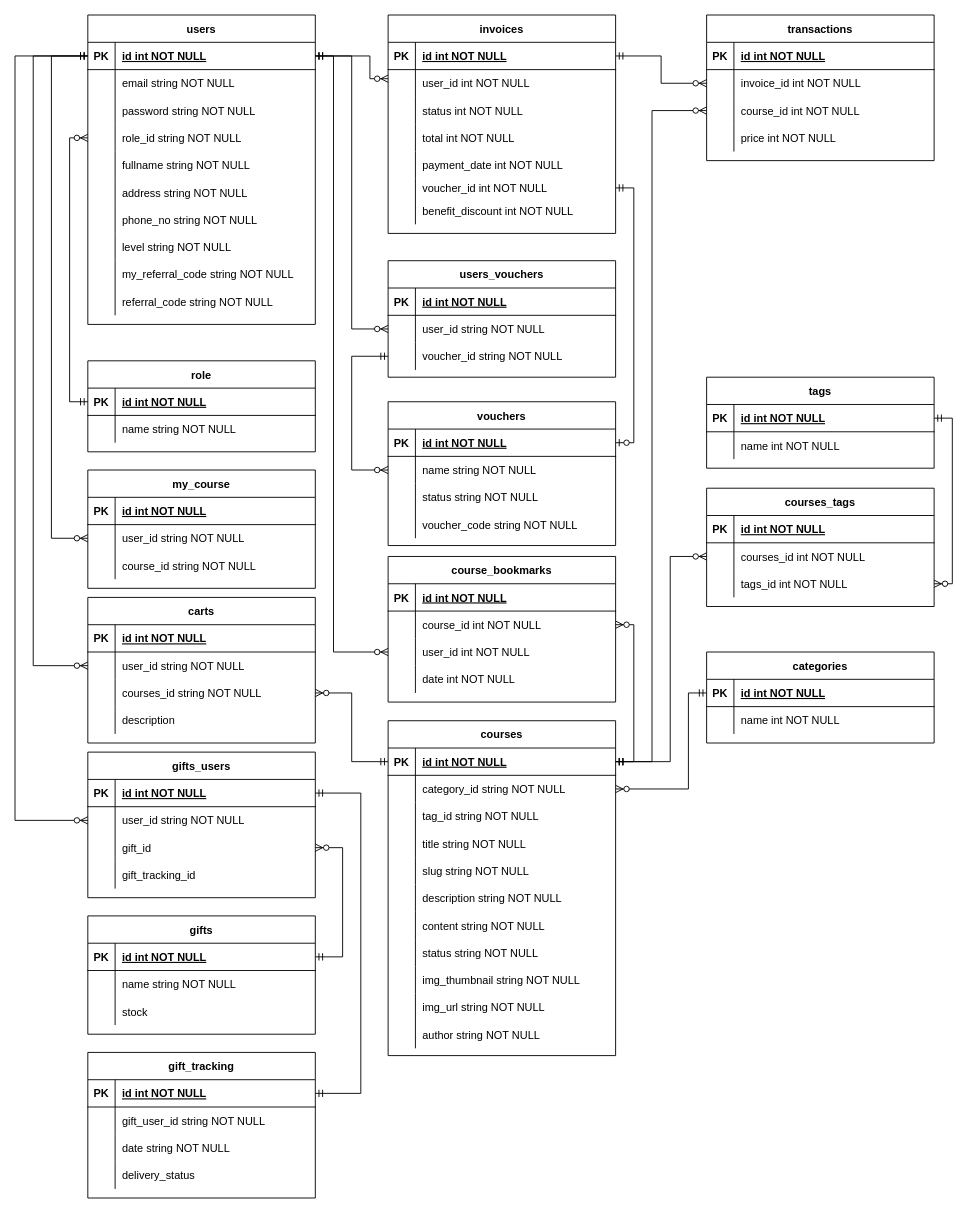
Earlier version of the draw.io diagram page "ERD" (1 of 2) of online-learning.drawio (azmiadhani/diagramsnet). Source tidied: cells renumbered, new cells numbered last; positions are measured from the earlier drawing's top-left corner, leaving out a move shared by most shapes. Both pictures are drawn from the tidied source at 91%, with x=0, y=0 at pixel (-258, 15).
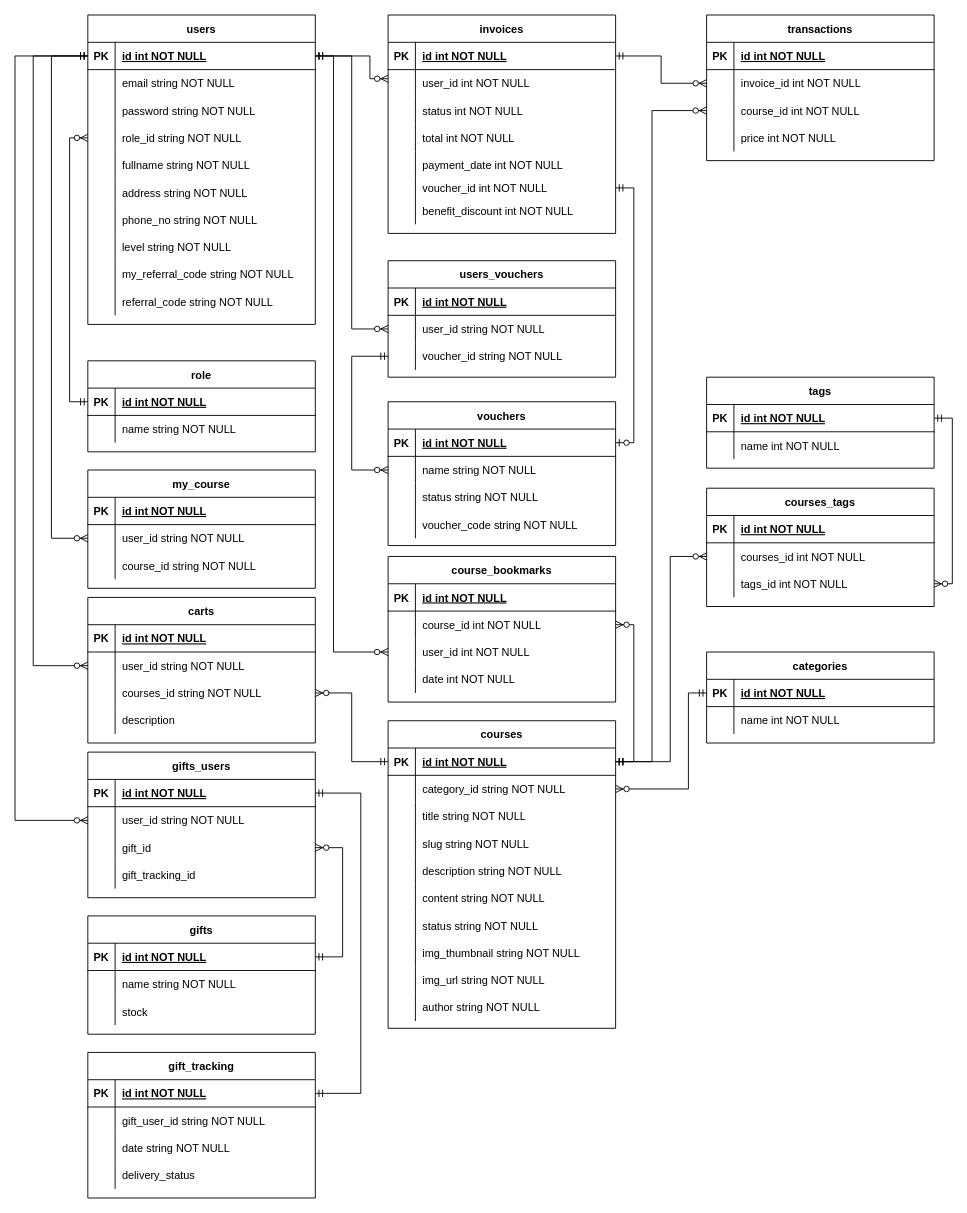
Above is the later version.

Diff of the diagram source:
```diff
@@
     <mxCell id="33" value="courses" style="shape=table;startSize=30;childLayout=tableLayout;rowLines=0;fontStyle=1;align=center;" parent="1" vertex="1">
-      <mxGeometry x="710" y="775.5" width="250" height="368" as="geometry" />
+      <mxGeometry x="710" y="775.5" width="250" height="338" as="geometry" />
     </mxCell>
@@
-    <mxCell id="40" style="shape=partialRectangle;fillColor=none;top=0;left=0;right=0;bottom=0;" parent="33" vertex="1">
-      <mxGeometry y="90" width="250" height="30" as="geometry" />
-    </mxCell>
-    <mxCell id="41" style="shape=partialRectangle;overflow=hidden;fillColor=none;top=0;left=0;bottom=0;right=0;" parent="40" vertex="1">
-      <mxGeometry width="30" height="30" as="geometry" />
-    </mxCell>
-    <mxCell id="42" value="tag_id string NOT NULL" style="shape=partialRectangle;overflow=hidden;fillColor=none;top=0;left=0;bottom=0;right=0;align=left;spacingLeft=6;" parent="40" vertex="1">
-      <mxGeometry x="30" width="220" height="30" as="geometry" />
-    </mxCell>
     <mxCell id="43" style="shape=partialRectangle;fillColor=none;top=0;left=0;right=0;bottom=0;" parent="33" vertex="1">
-      <mxGeometry y="120" width="250" height="30" as="geometry" />
+      <mxGeometry y="90" width="250" height="30" as="geometry" />
     </mxCell>
@@
     <mxCell id="46" style="shape=partialRectangle;fillColor=none;top=0;left=0;right=0;bottom=0;" parent="33" vertex="1">
-      <mxGeometry y="150" width="250" height="30" as="geometry" />
+      <mxGeometry y="120" width="250" height="30" as="geometry" />
     </mxCell>
@@
     <mxCell id="49" style="shape=partialRectangle;fillColor=none;top=0;left=0;right=0;bottom=0;" parent="33" vertex="1">
-      <mxGeometry y="180" width="250" height="30" as="geometry" />
+      <mxGeometry y="150" width="250" height="30" as="geometry" />
     </mxCell>
@@
     <mxCell id="52" style="shape=partialRectangle;fillColor=none;top=0;left=0;right=0;bottom=0;" parent="33" vertex="1">
-      <mxGeometry y="210" width="250" height="30" as="geometry" />
+      <mxGeometry y="180" width="250" height="30" as="geometry" />
     </mxCell>
@@
     <mxCell id="55" style="shape=partialRectangle;fillColor=none;top=0;left=0;right=0;bottom=0;" parent="33" vertex="1">
-      <mxGeometry y="240" width="250" height="30" as="geometry" />
+      <mxGeometry y="210" width="250" height="30" as="geometry" />
     </mxCell>
@@
     <mxCell id="58" style="shape=partialRectangle;fillColor=none;top=0;left=0;right=0;bottom=0;" parent="33" vertex="1">
-      <mxGeometry y="270" width="250" height="30" as="geometry" />
+      <mxGeometry y="240" width="250" height="30" as="geometry" />
     </mxCell>
@@
     <mxCell id="61" style="shape=partialRectangle;fillColor=none;top=0;left=0;right=0;bottom=0;" parent="33" vertex="1">
-      <mxGeometry y="300" width="250" height="30" as="geometry" />
+      <mxGeometry y="270" width="250" height="30" as="geometry" />
     </mxCell>
@@
     <mxCell id="64" style="shape=partialRectangle;fillColor=none;top=0;left=0;right=0;bottom=0;" parent="33" vertex="1">
-      <mxGeometry y="330" width="250" height="30" as="geometry" />
+      <mxGeometry y="300" width="250" height="30" as="geometry" />
     </mxCell>
```
